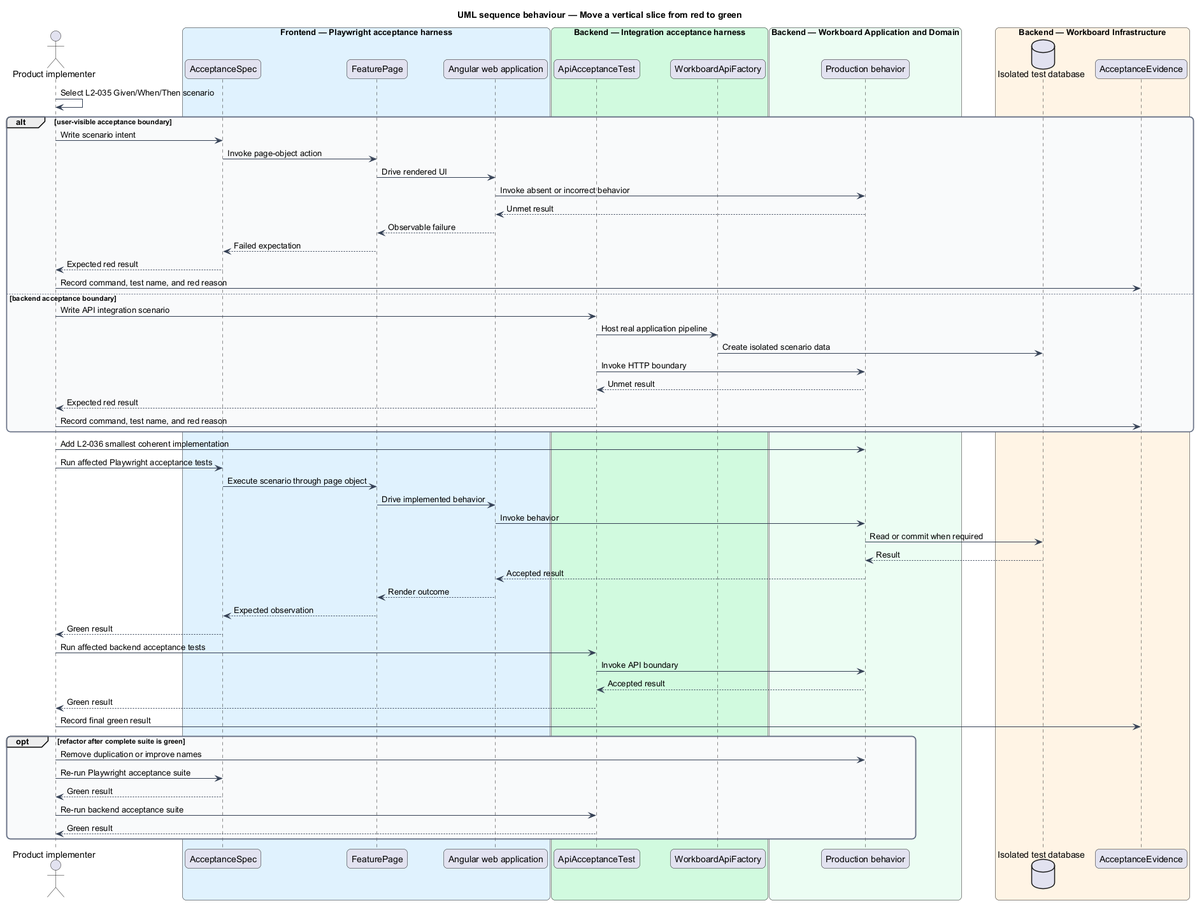
This is docs/detailed-designs/quality/deliver-with-atdd/diagrams/sequence-red-green.png from QuinntyneBrown/quinntyne-brown-consulting, a PlantUML export, as it was before one commit.
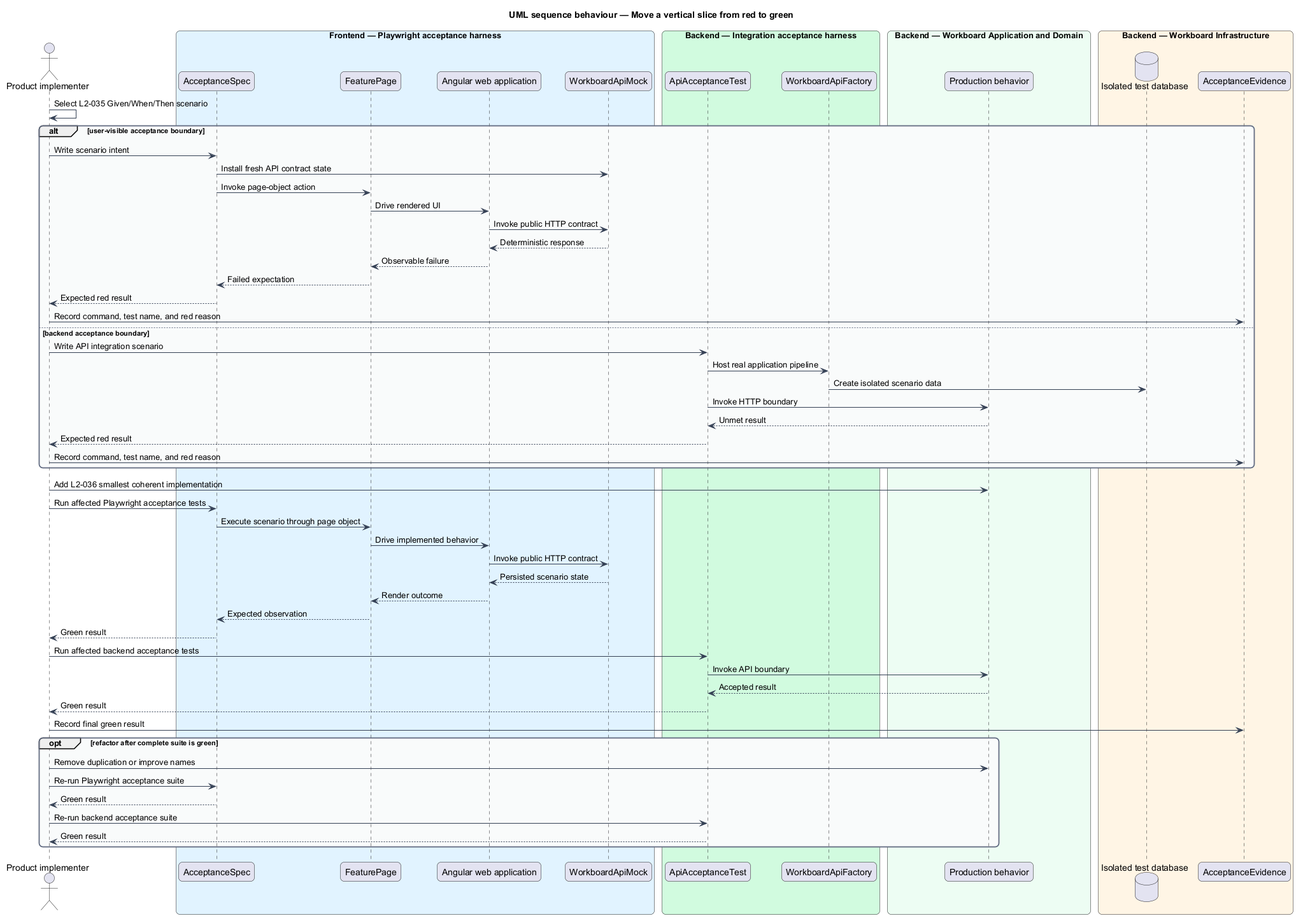
The same file after the commit.

Change to the diagram source:
```diff
@@ -19,6 +19,7 @@
   participant "AcceptanceSpec" as spec
   participant "FeaturePage" as pageObject
   participant "Angular web application" as spa
+  participant "WorkboardApiMock" as mockApi
 end box
 box "Backend — Integration acceptance harness" #D1FADF
   participant "ApiAcceptanceTest" as integration
@@ -35,10 +36,11 @@
 actor -> actor : Select L2-035 Given/When/Then scenario
 alt user-visible acceptance boundary
   actor -> spec : Write scenario intent
+  spec -> mockApi : Install fresh API contract state
   spec -> pageObject : Invoke page-object action
   pageObject -> spa : Drive rendered UI
-  spa -> behavior : Invoke absent or incorrect behavior
-  behavior --> spa : Unmet result
+  spa -> mockApi : Invoke public HTTP contract
+  mockApi --> spa : Deterministic response
   spa --> pageObject : Observable failure
   pageObject --> spec : Failed expectation
   spec --> actor : Expected red result
@@ -56,10 +58,8 @@
 actor -> spec : Run affected Playwright acceptance tests
 spec -> pageObject : Execute scenario through page object
 pageObject -> spa : Drive implemented behavior
-spa -> behavior : Invoke behavior
-behavior -> db : Read or commit when required
-db --> behavior : Result
-behavior --> spa : Accepted result
+spa -> mockApi : Invoke public HTTP contract
+mockApi --> spa : Persisted scenario state
 spa --> pageObject : Render outcome
 pageObject --> spec : Expected observation
 spec --> actor : Green result
```
